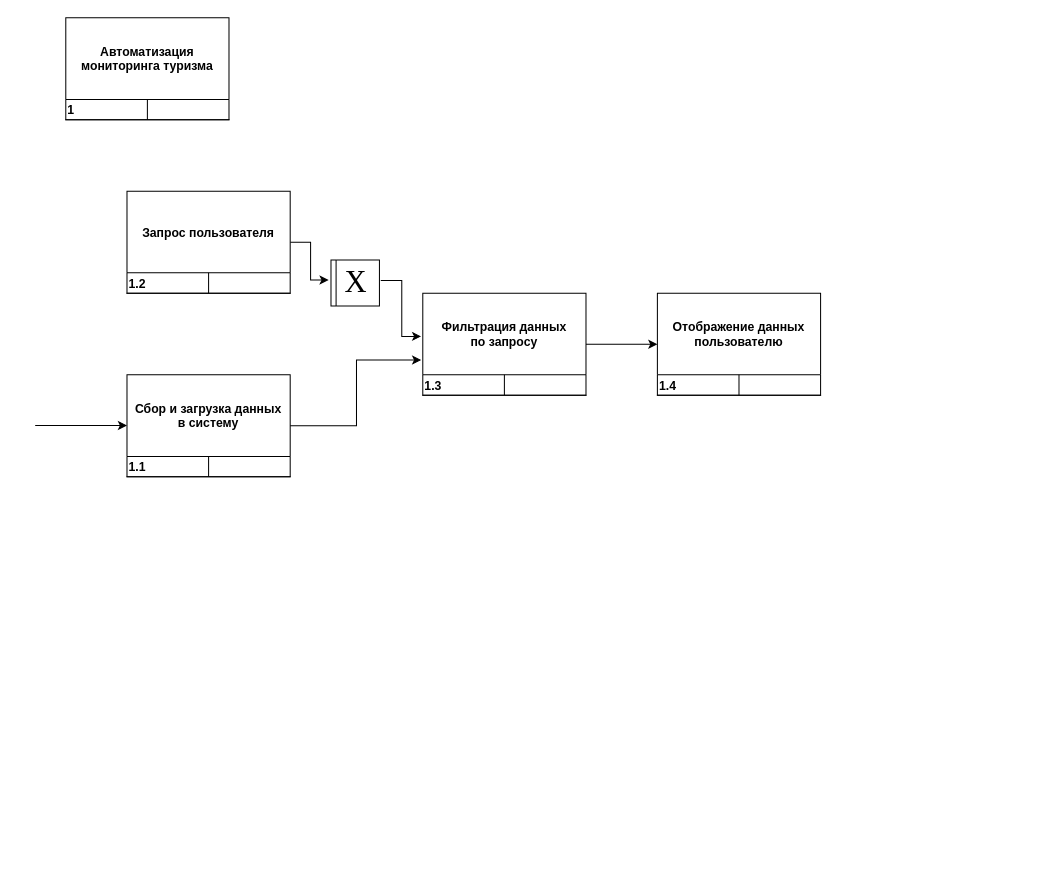
The draw.io diagram Диаграмма без названия.drawio in sukmalo/IDEF1_group, before the edit. Source tidied: cells renumbered, new cells numbered last; positions are measured from the earlier drawing's top-left corner, leaving out a move shared by most shapes. Both pictures are drawn from the tidied source at 102%, with x=0, y=0 at pixel (35, 17).
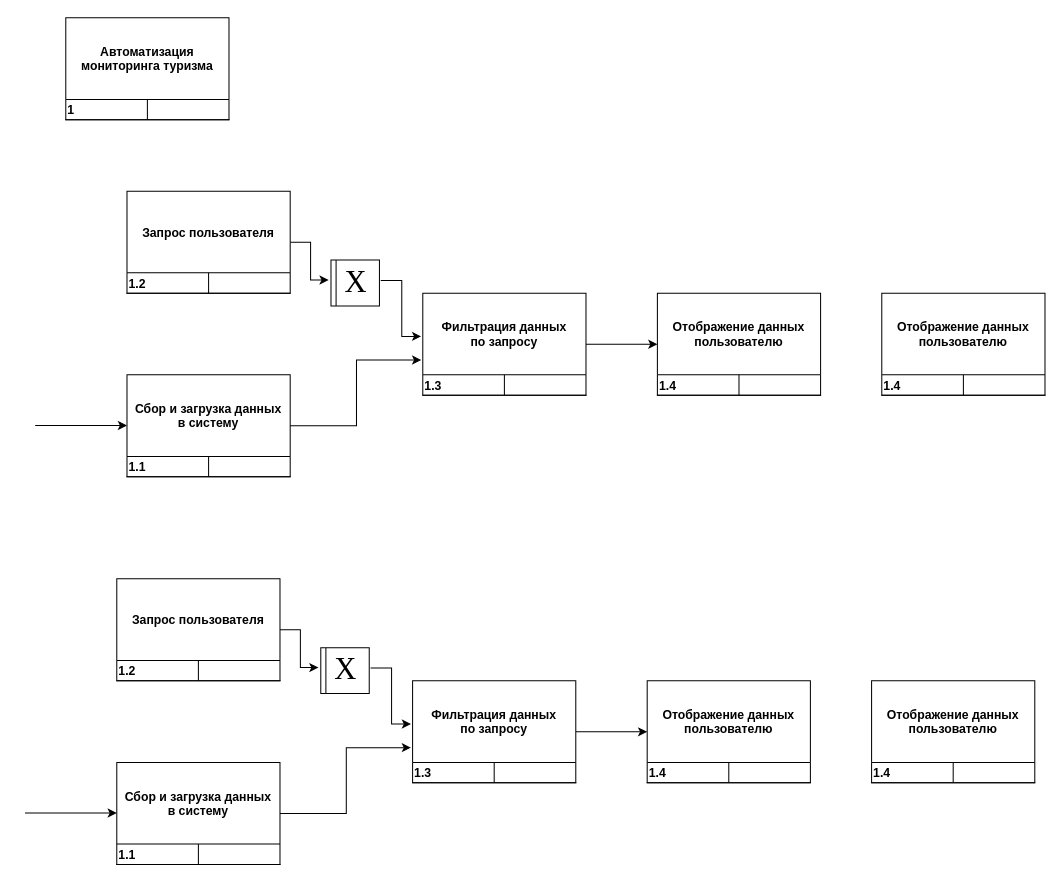
The same page after the edit.

Change to the diagram source:
```diff
@@
+    <mxCell id="29" value="Отображение данных&#10;пользователю" style="shape=table;startSize=80;childLayout=tableLayout;rowLines=0;fontStyle=1;align=center;" parent="1" vertex="1">
+      <mxGeometry x="830" y="270" width="160" height="100" as="geometry" />
+    </mxCell>
+    <mxCell id="30" style="shape=partialRectangle;fillColor=none;top=0;left=0;right=0;bottom=1;" parent="29" vertex="1">
+      <mxGeometry y="80" width="160" height="20" as="geometry" />
+    </mxCell>
+    <mxCell id="31" value="1.4" style="shape=partialRectangle;overflow=hidden;fillColor=none;top=0;left=0;bottom=0;right=0;fontStyle=1;align=left;" parent="30" vertex="1">
+      <mxGeometry width="80" height="20" as="geometry" />
+    </mxCell>
+    <mxCell id="32" style="shape=partialRectangle;overflow=hidden;fillColor=none;top=0;left=0;bottom=0;right=0;align=left;spacingLeft=6;fontStyle=5;" parent="30" vertex="1">
+      <mxGeometry x="80" width="80" height="20" as="geometry" />
+    </mxCell>
+    <mxCell id="33" value="Сбор и загрузка данных&#10;в систему" style="shape=table;startSize=80;childLayout=tableLayout;rowLines=0;fontStyle=1;align=center;" parent="1" vertex="1">
+      <mxGeometry x="80" y="730" width="160" height="100" as="geometry" />
+    </mxCell>
+    <mxCell id="34" style="shape=partialRectangle;fillColor=none;top=0;left=0;right=0;bottom=1;" parent="33" vertex="1">
+      <mxGeometry y="80" width="160" height="20" as="geometry" />
+    </mxCell>
+    <mxCell id="35" value="1.1" style="shape=partialRectangle;overflow=hidden;fillColor=none;top=0;left=0;bottom=0;right=0;fontStyle=1;align=left;" parent="34" vertex="1">
+      <mxGeometry width="80" height="20" as="geometry" />
+    </mxCell>
+    <mxCell id="36" style="shape=partialRectangle;overflow=hidden;fillColor=none;top=0;left=0;bottom=0;right=0;align=left;spacingLeft=6;fontStyle=5;" parent="34" vertex="1">
+      <mxGeometry x="80" width="80" height="20" as="geometry" />
+    </mxCell>
+    <mxCell id="37" style="edgeStyle=orthogonalEdgeStyle;rounded=0;jettySize=auto;html=1;entryX=-0.022;entryY=0.49;entryDx=0;entryDy=0;entryPerimeter=0;" parent="1" edge="1" source="38" target="53">
+      <mxGeometry relative="1" as="geometry" />
+    </mxCell>
+    <mxCell id="38" value="Запрос пользователя" style="shape=table;startSize=80;childLayout=tableLayout;rowLines=0;fontStyle=1;align=center;" parent="1" vertex="1">
+      <mxGeometry x="80" y="550" width="160" height="100" as="geometry" />
+    </mxCell>
+    <mxCell id="39" style="shape=partialRectangle;fillColor=none;top=0;left=0;right=0;bottom=1;" parent="38" vertex="1">
+      <mxGeometry y="80" width="160" height="20" as="geometry" />
+    </mxCell>
+    <mxCell id="40" value="1.2" style="shape=partialRectangle;overflow=hidden;fillColor=none;top=0;left=0;bottom=0;right=0;fontStyle=1;align=left;" parent="39" vertex="1">
+      <mxGeometry width="80" height="20" as="geometry" />
+    </mxCell>
+    <mxCell id="41" style="shape=partialRectangle;overflow=hidden;fillColor=none;top=0;left=0;bottom=0;right=0;align=left;spacingLeft=6;fontStyle=5;" parent="39" vertex="1">
+      <mxGeometry x="80" width="80" height="20" as="geometry" />
+    </mxCell>
+    <mxCell id="42" style="edgeStyle=orthogonalEdgeStyle;rounded=0;jettySize=auto;html=1;" parent="1" edge="1" source="43" target="47">
+      <mxGeometry relative="1" as="geometry" />
+    </mxCell>
+    <mxCell id="43" value="Фильтрация данных&#10;по запросу" style="shape=table;startSize=80;childLayout=tableLayout;rowLines=0;fontStyle=1;align=center;" parent="1" vertex="1">
+      <mxGeometry x="370" y="650" width="160" height="100" as="geometry" />
+    </mxCell>
+    <mxCell id="44" style="shape=partialRectangle;fillColor=none;top=0;left=0;right=0;bottom=1;" parent="43" vertex="1">
+      <mxGeometry y="80" width="160" height="20" as="geometry" />
+    </mxCell>
+    <mxCell id="45" value="1.3" style="shape=partialRectangle;overflow=hidden;fillColor=none;top=0;left=0;bottom=0;right=0;fontStyle=1;align=left;" parent="44" vertex="1">
+      <mxGeometry width="80" height="20" as="geometry" />
+    </mxCell>
+    <mxCell id="46" style="shape=partialRectangle;overflow=hidden;fillColor=none;top=0;left=0;bottom=0;right=0;align=left;spacingLeft=6;fontStyle=5;" parent="44" vertex="1">
+      <mxGeometry x="80" width="80" height="20" as="geometry" />
+    </mxCell>
+    <mxCell id="47" value="Отображение данных&#10;пользователю" style="shape=table;startSize=80;childLayout=tableLayout;rowLines=0;fontStyle=1;align=center;" parent="1" vertex="1">
+      <mxGeometry x="600" y="650" width="160" height="100" as="geometry" />
+    </mxCell>
+    <mxCell id="48" style="shape=partialRectangle;fillColor=none;top=0;left=0;right=0;bottom=1;" parent="47" vertex="1">
+      <mxGeometry y="80" width="160" height="20" as="geometry" />
+    </mxCell>
+    <mxCell id="49" value="1.4" style="shape=partialRectangle;overflow=hidden;fillColor=none;top=0;left=0;bottom=0;right=0;fontStyle=1;align=left;" parent="48" vertex="1">
+      <mxGeometry width="80" height="20" as="geometry" />
+    </mxCell>
+    <mxCell id="50" style="shape=partialRectangle;overflow=hidden;fillColor=none;top=0;left=0;bottom=0;right=0;align=left;spacingLeft=6;fontStyle=5;" parent="48" vertex="1">
+      <mxGeometry x="80" width="80" height="20" as="geometry" />
+    </mxCell>
+    <mxCell id="51" style="edgeStyle=orthogonalEdgeStyle;rounded=0;jettySize=auto;html=1;entryX=-0.01;entryY=0.655;entryDx=0;entryDy=0;entryPerimeter=0;" parent="1" edge="1" source="33" target="43">
+      <mxGeometry relative="1" as="geometry" />
+    </mxCell>
+    <mxCell id="52" style="swimlane;horizontal=0;whiteSpace=wrap;html=1;startSize=5;" parent="1" vertex="1">
+      <mxGeometry x="280" y="617.5" width="47.5" height="45" as="geometry" />
+    </mxCell>
+    <mxCell id="53" value="&lt;font style=&quot;font-size: 30px;&quot; face=&quot;Times New Roman&quot;&gt;X&lt;/font&gt;" style="text;html=1;align=center;verticalAlign=middle;points=[];strokeColor=none;fillColor=none;" parent="52" vertex="1">
+      <mxGeometry x="-1.2" y="-5" width="50" height="50" as="geometry" />
+    </mxCell>
+    <mxCell id="54" style="edgeStyle=orthogonalEdgeStyle;rounded=0;jettySize=auto;html=1;entryX=-0.01;entryY=0.423;entryDx=0;entryDy=0;entryPerimeter=0;" parent="1" edge="1" source="53" target="43">
+      <mxGeometry relative="1" as="geometry" />
+    </mxCell>
+    <mxCell id="55" style="endArrow=classic;html=1;rounded=0;" parent="1" edge="1">
+      <mxGeometry relative="1" as="geometry">
+        <mxPoint x="-10" y="779.6" as="sourcePoint" />
+        <mxPoint x="80" y="779.6" as="targetPoint" />
+      </mxGeometry>
+    </mxCell>
+    <mxCell id="56" value="Отображение данных&#10;пользователю" style="shape=table;startSize=80;childLayout=tableLayout;rowLines=0;fontStyle=1;align=center;" parent="1" vertex="1">
+      <mxGeometry x="820" y="650" width="160" height="100" as="geometry" />
+    </mxCell>
+    <mxCell id="57" style="shape=partialRectangle;fillColor=none;top=0;left=0;right=0;bottom=1;" parent="56" vertex="1">
+      <mxGeometry y="80" width="160" height="20" as="geometry" />
+    </mxCell>
+    <mxCell id="58" value="1.4" style="shape=partialRectangle;overflow=hidden;fillColor=none;top=0;left=0;bottom=0;right=0;fontStyle=1;align=left;" parent="57" vertex="1">
+      <mxGeometry width="80" height="20" as="geometry" />
+    </mxCell>
+    <mxCell id="59" style="shape=partialRectangle;overflow=hidden;fillColor=none;top=0;left=0;bottom=0;right=0;align=left;spacingLeft=6;fontStyle=5;" parent="57" vertex="1">
+      <mxGeometry x="80" width="80" height="20" as="geometry" />
+    </mxCell>
```
